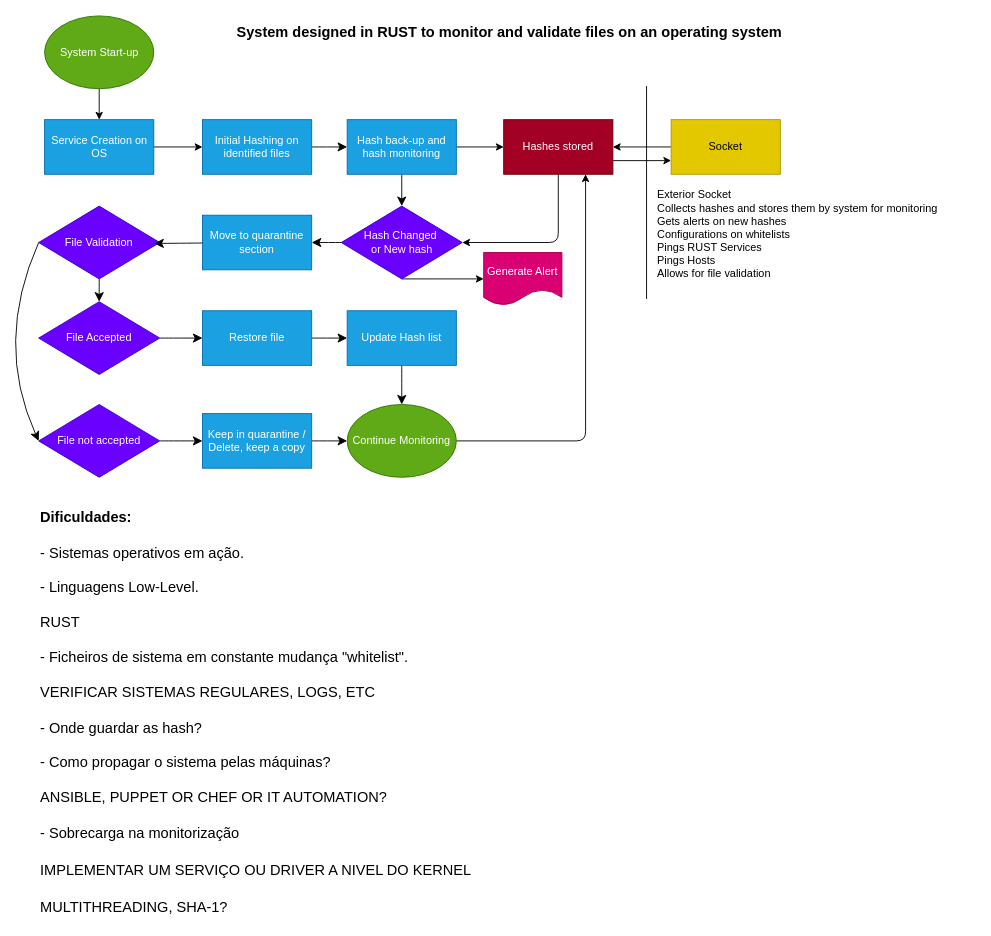
Before: planeamento/Untitled Diagram.drawio in mickeyhousee/LOCK, a draw.io diagram. Source tidied: cells renumbered, new cells numbered last; positions are measured from the earlier drawing's top-left corner, leaving out a move shared by most shapes. Both pictures are drawn from the tidied source at 91%, with x=0, y=0 at pixel (-6, 15).
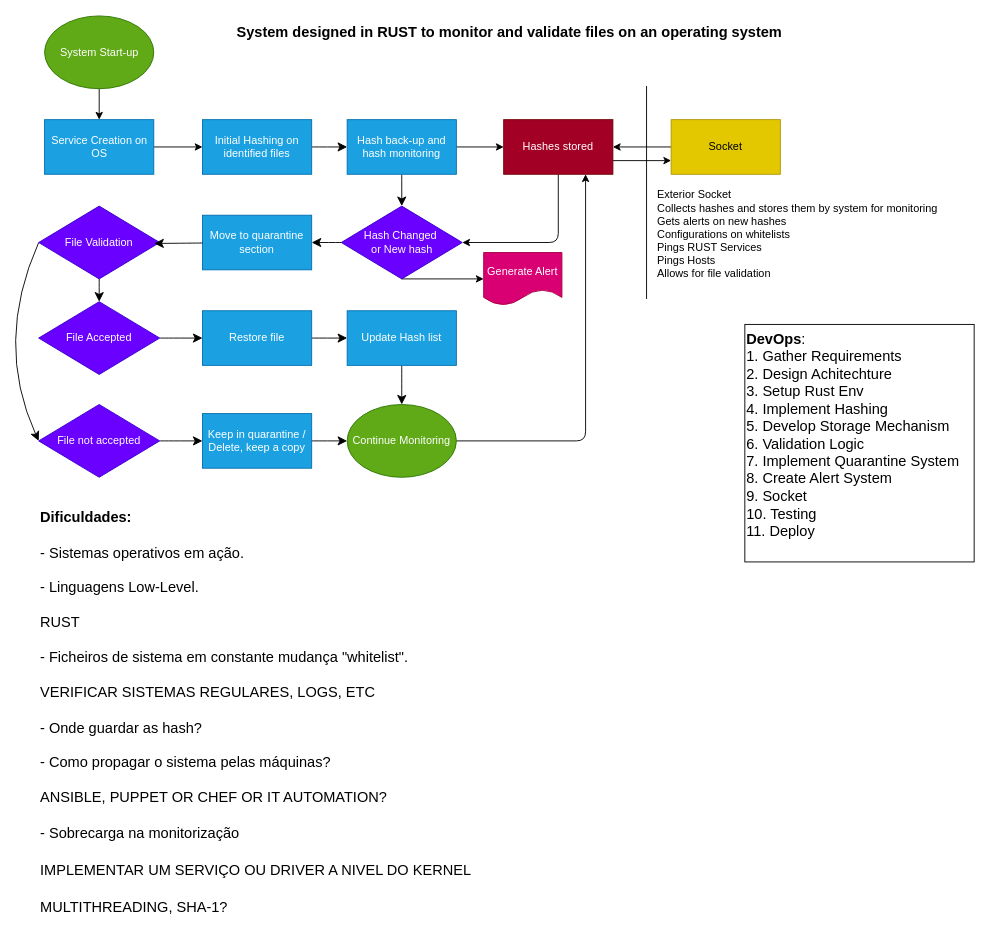
The same diagram, later.

What changed in the source:
```diff
@@
+    <mxCell id="42" value="&lt;div style=&quot;&quot;&gt;&lt;b style=&quot;background-color: initial;&quot;&gt;DevOps&lt;/b&gt;&lt;span style=&quot;background-color: initial;&quot;&gt;:&lt;/span&gt;&lt;/div&gt;&lt;div style=&quot;&quot;&gt;1. Gather Requirements&lt;/div&gt;&lt;div style=&quot;&quot;&gt;2. Design Achitechture&lt;/div&gt;&lt;div style=&quot;&quot;&gt;3. Setup Rust Env&lt;/div&gt;&lt;div style=&quot;&quot;&gt;4. Implement Hashing&lt;/div&gt;&lt;div style=&quot;&quot;&gt;5. Develop Storage Mechanism&lt;/div&gt;&lt;div style=&quot;&quot;&gt;6. Validation Logic&lt;/div&gt;&lt;div style=&quot;&quot;&gt;7. Implement Quarantine System&lt;/div&gt;&lt;div style=&quot;&quot;&gt;8. Create Alert System&lt;/div&gt;&lt;div style=&quot;&quot;&gt;9. Socket&lt;/div&gt;&lt;div style=&quot;&quot;&gt;10. Testing&lt;/div&gt;&lt;div style=&quot;&quot;&gt;11. Deploy&lt;/div&gt;&lt;div style=&quot;&quot;&gt;&lt;br&gt;&lt;/div&gt;" style="text;html=1;align=left;verticalAlign=middle;strokeColor=default;fillColor=none;fontSize=16;" parent="1" vertex="1">
+      <mxGeometry x="825" y="339" width="252" height="261" as="geometry" />
+    </mxCell>
```
